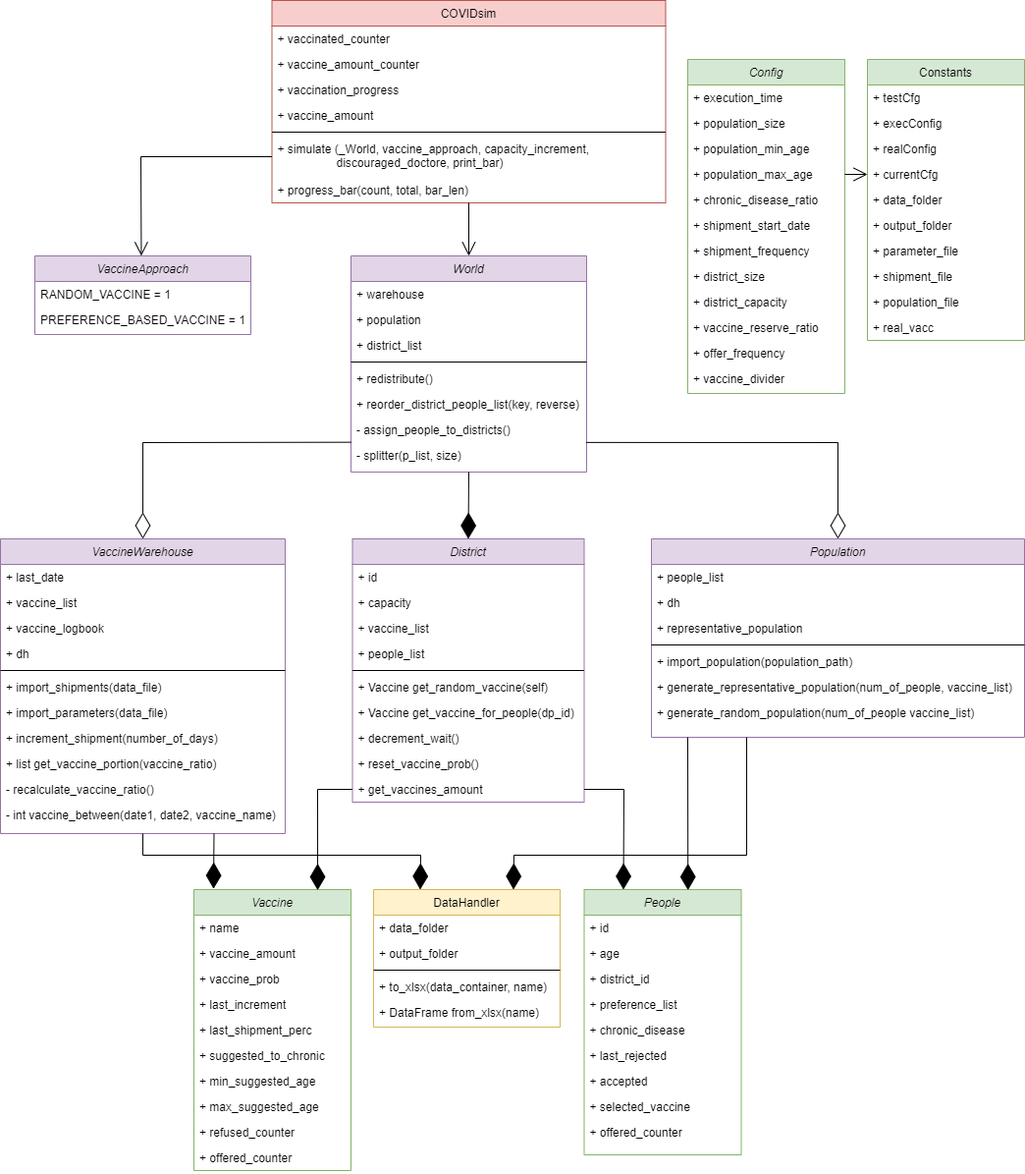
The draw.io diagram output/tests/COVIDsim_class_diagram.png in papel1/COVIDsim, before a commit. Source tidied: cells renumbered, new cells last; positions are measured from the earlier drawing's top-left corner, leaving out a move shared by most shapes.
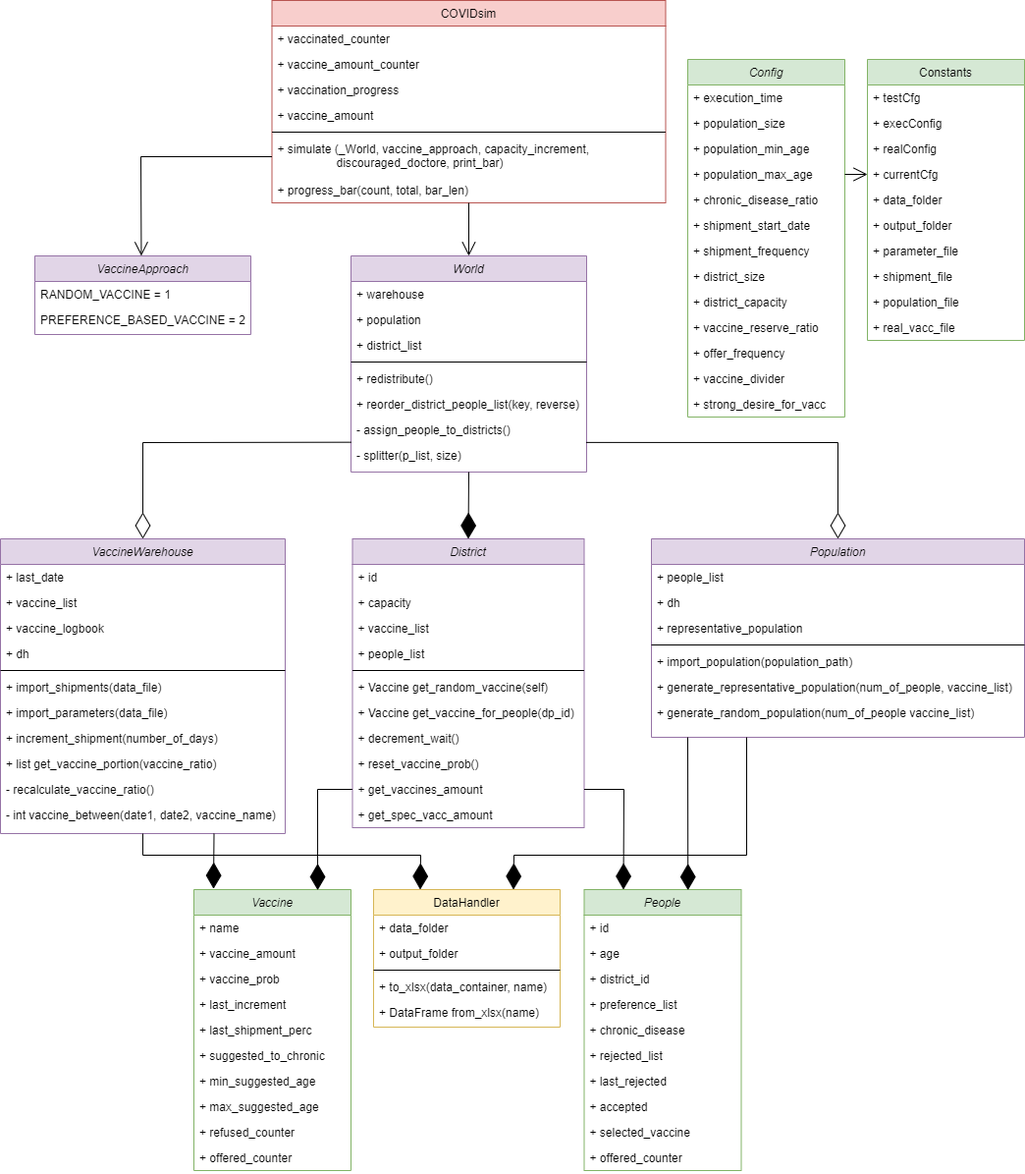
The same file after the commit.

The edit, as a diff of the source:
```diff
@@ -3,7 +3,7 @@
     <mxCell id="0" />
     <mxCell id="1" parent="0" />
     <mxCell id="2" value="Config" style="swimlane;fontStyle=2;align=center;verticalAlign=top;horizontal=1;startSize=26;rounded=0;shadow=0;strokeWidth=1;fillColor=#d5e8d4;strokeColor=#82b366;" parent="1" vertex="1">
-      <mxGeometry x="700" y="60" width="160" height="340" as="geometry" />
+      <mxGeometry x="700" y="60" width="160" height="364" as="geometry" />
     </mxCell>
     <mxCell id="3" value="+ execution_time" style="text;align=left;verticalAlign=top;spacingLeft=4;spacingRight=4;overflow=hidden;" parent="2" vertex="1">
       <mxGeometry y="26" width="160" height="26" as="geometry" />
@@ -41,6 +41,9 @@
     <mxCell id="14" value="+ vaccine_divider" style="text;align=left;verticalAlign=top;spacingLeft=4;spacingRight=4;overflow=hidden;rounded=0;shadow=0;html=0;" parent="2" vertex="1">
       <mxGeometry y="312" width="160" height="26" as="geometry" />
     </mxCell>
+    <mxCell id="116" value="+ strong_desire_for_vacc" style="text;align=left;verticalAlign=top;spacingLeft=4;spacingRight=4;overflow=hidden;rounded=0;shadow=0;html=0;" parent="2" vertex="1">
+      <mxGeometry y="338" width="160" height="26" as="geometry" />
+    </mxCell>
     <mxCell id="15" value="COVIDsim" style="swimlane;fontStyle=0;align=center;verticalAlign=top;horizontal=1;startSize=26;rounded=0;shadow=0;strokeWidth=1;fillColor=#f8cecc;strokeColor=#b85450;" parent="1" vertex="1">
       <mxGeometry x="276.5" width="401" height="206" as="geometry" />
     </mxCell>
@@ -113,11 +116,11 @@
     <mxCell id="38" value="+ population_file" style="text;align=left;verticalAlign=top;spacingLeft=4;spacingRight=4;overflow=hidden;rounded=0;shadow=0;html=0;" parent="29" vertex="1">
       <mxGeometry y="234" width="160" height="26" as="geometry" />
     </mxCell>
-    <mxCell id="39" value="+ real_vacc" style="text;align=left;verticalAlign=top;spacingLeft=4;spacingRight=4;overflow=hidden;rounded=0;shadow=0;html=0;" parent="29" vertex="1">
+    <mxCell id="39" value="+ real_vacc_file" style="text;align=left;verticalAlign=top;spacingLeft=4;spacingRight=4;overflow=hidden;rounded=0;shadow=0;html=0;" parent="29" vertex="1">
       <mxGeometry y="260" width="160" height="26" as="geometry" />
     </mxCell>
     <mxCell id="40" value="People" style="swimlane;fontStyle=2;align=center;verticalAlign=top;horizontal=1;startSize=26;rounded=0;shadow=0;strokeWidth=1;fillColor=#d5e8d4;strokeColor=#82b366;" parent="1" vertex="1">
-      <mxGeometry x="594.5" y="905" width="160" height="270" as="geometry" />
+      <mxGeometry x="594.5" y="905" width="160" height="286" as="geometry" />
     </mxCell>
     <mxCell id="41" value="+ id" style="text;align=left;verticalAlign=top;spacingLeft=4;spacingRight=4;overflow=hidden;" parent="40" vertex="1">
       <mxGeometry y="26" width="160" height="26" as="geometry" />
@@ -134,20 +137,23 @@
     <mxCell id="45" value="+ chronic_disease" style="text;align=left;verticalAlign=top;spacingLeft=4;spacingRight=4;overflow=hidden;rounded=0;shadow=0;html=0;" parent="40" vertex="1">
       <mxGeometry y="130" width="160" height="26" as="geometry" />
     </mxCell>
+    <mxCell id="117" value="+ rejected_list" style="text;align=left;verticalAlign=top;spacingLeft=4;spacingRight=4;overflow=hidden;rounded=0;shadow=0;html=0;" parent="40" vertex="1">
+      <mxGeometry y="156" width="160" height="26" as="geometry" />
+    </mxCell>
     <mxCell id="46" value="+ last_rejected" style="text;align=left;verticalAlign=top;spacingLeft=4;spacingRight=4;overflow=hidden;rounded=0;shadow=0;html=0;" parent="40" vertex="1">
-      <mxGeometry y="156" width="160" height="26" as="geometry" />
+      <mxGeometry y="182" width="160" height="26" as="geometry" />
     </mxCell>
     <mxCell id="47" value="+ accepted" style="text;align=left;verticalAlign=top;spacingLeft=4;spacingRight=4;overflow=hidden;rounded=0;shadow=0;html=0;" parent="40" vertex="1">
-      <mxGeometry y="182" width="160" height="26" as="geometry" />
+      <mxGeometry y="208" width="160" height="26" as="geometry" />
     </mxCell>
     <mxCell id="48" value="+ selected_vaccine" style="text;align=left;verticalAlign=top;spacingLeft=4;spacingRight=4;overflow=hidden;rounded=0;shadow=0;html=0;" parent="40" vertex="1">
-      <mxGeometry y="208" width="160" height="26" as="geometry" />
+      <mxGeometry y="234" width="160" height="26" as="geometry" />
     </mxCell>
     <mxCell id="49" value="+ offered_counter" style="text;align=left;verticalAlign=top;spacingLeft=4;spacingRight=4;overflow=hidden;rounded=0;shadow=0;html=0;" parent="40" vertex="1">
-      <mxGeometry y="234" width="160" height="26" as="geometry" />
+      <mxGeometry y="260" width="160" height="26" as="geometry" />
     </mxCell>
     <mxCell id="50" value="District" style="swimlane;fontStyle=2;align=center;verticalAlign=top;horizontal=1;startSize=26;rounded=0;shadow=0;strokeWidth=1;fillColor=#e1d5e7;strokeColor=#9673a6;" parent="1" vertex="1">
-      <mxGeometry x="358.5" y="548" width="236" height="268" as="geometry" />
+      <mxGeometry x="358.5" y="548" width="236" height="294" as="geometry" />
     </mxCell>
     <mxCell id="51" value="+ id" style="text;align=left;verticalAlign=top;spacingLeft=4;spacingRight=4;overflow=hidden;" parent="50" vertex="1">
       <mxGeometry y="26" width="236" height="26" as="geometry" />
@@ -179,6 +185,9 @@
     <mxCell id="60" value="+ get_vaccines_amount" style="text;align=left;verticalAlign=top;spacingLeft=4;spacingRight=4;overflow=hidden;points=[[0,0.5],[1,0.5]];portConstraint=eastwest;" parent="50" vertex="1">
       <mxGeometry y="242" width="236" height="26" as="geometry" />
     </mxCell>
+    <mxCell id="118" value="+ get_spec_vacc_amount" style="text;align=left;verticalAlign=top;spacingLeft=4;spacingRight=4;overflow=hidden;" parent="50" vertex="1">
+      <mxGeometry y="268" width="236" height="26" as="geometry" />
+    </mxCell>
     <mxCell id="61" value="Population" style="swimlane;fontStyle=2;align=center;verticalAlign=top;horizontal=1;startSize=26;rounded=0;shadow=0;strokeWidth=1;fillColor=#e1d5e7;strokeColor=#9673a6;" parent="1" vertex="1">
       <mxGeometry x="663" y="548" width="380" height="202" as="geometry" />
     </mxCell>
@@ -358,7 +367,7 @@
     <mxCell id="112" value="RANDOM_VACCINE = 1" style="text;align=left;verticalAlign=top;spacingLeft=4;spacingRight=4;overflow=hidden;" parent="111" vertex="1">
       <mxGeometry y="26" width="220" height="26" as="geometry" />
     </mxCell>
-    <mxCell id="113" value="PREFERENCE_BASED_VACCINE = 1" style="text;align=left;verticalAlign=top;spacingLeft=4;spacingRight=4;overflow=hidden;rounded=0;shadow=0;html=0;" parent="111" vertex="1">
+    <mxCell id="113" value="PREFERENCE_BASED_VACCINE = 2" style="text;align=left;verticalAlign=top;spacingLeft=4;spacingRight=4;overflow=hidden;rounded=0;shadow=0;html=0;" parent="111" vertex="1">
       <mxGeometry y="52" width="220" height="26" as="geometry" />
     </mxCell>
     <mxCell id="114" style="endArrow=open;endFill=1;endSize=12;html=1;rounded=0;entryX=0.493;entryY=-0.001;entryDx=0;entryDy=0;entryPerimeter=0;exitX=0;exitY=0.5;exitDx=0;exitDy=0;" parent="1" edge="1" source="21" target="111">
```
